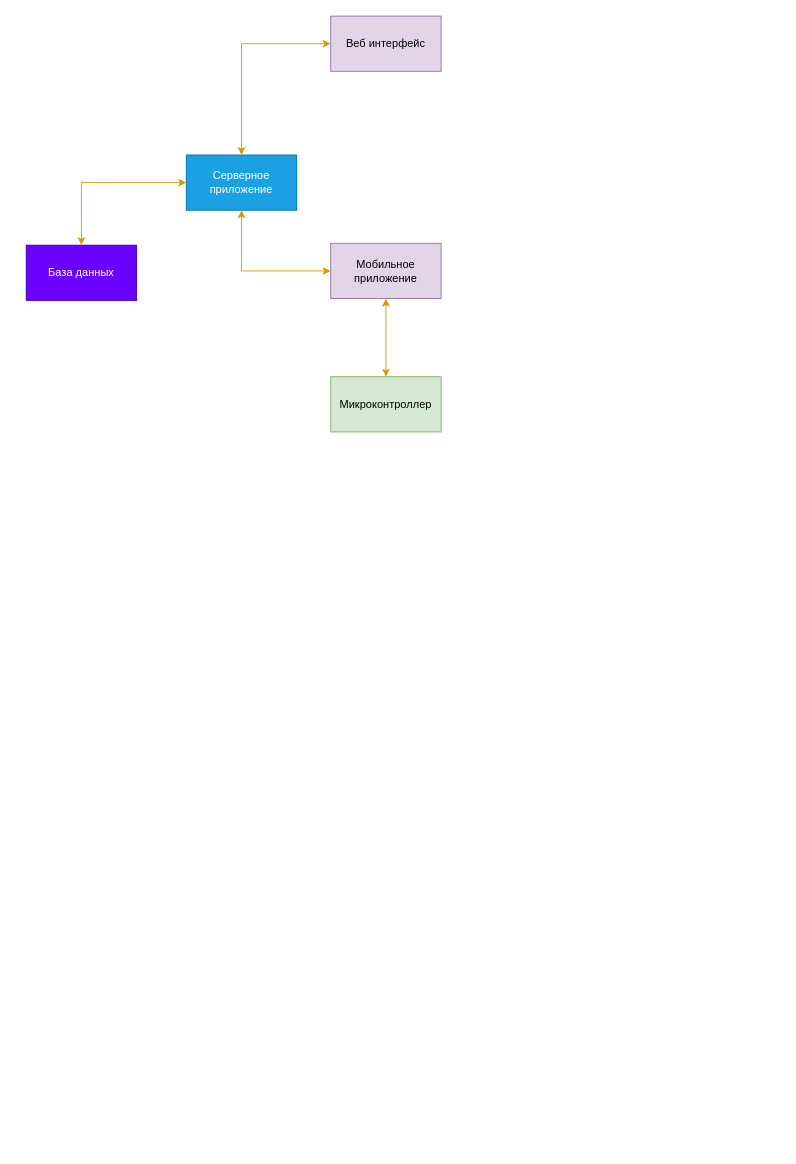
This is Структурная схема.drawio from XYphrodite/InertialNavigationSchemes, a draw.io file, before an edit. Source tidied: cells renumbered, new cells numbered last; positions are measured from the earlier drawing's top-left corner, leaving out a move shared by most shapes. Both pictures are drawn from the tidied source at 92%, with x=0, y=0 at pixel (26, 16).
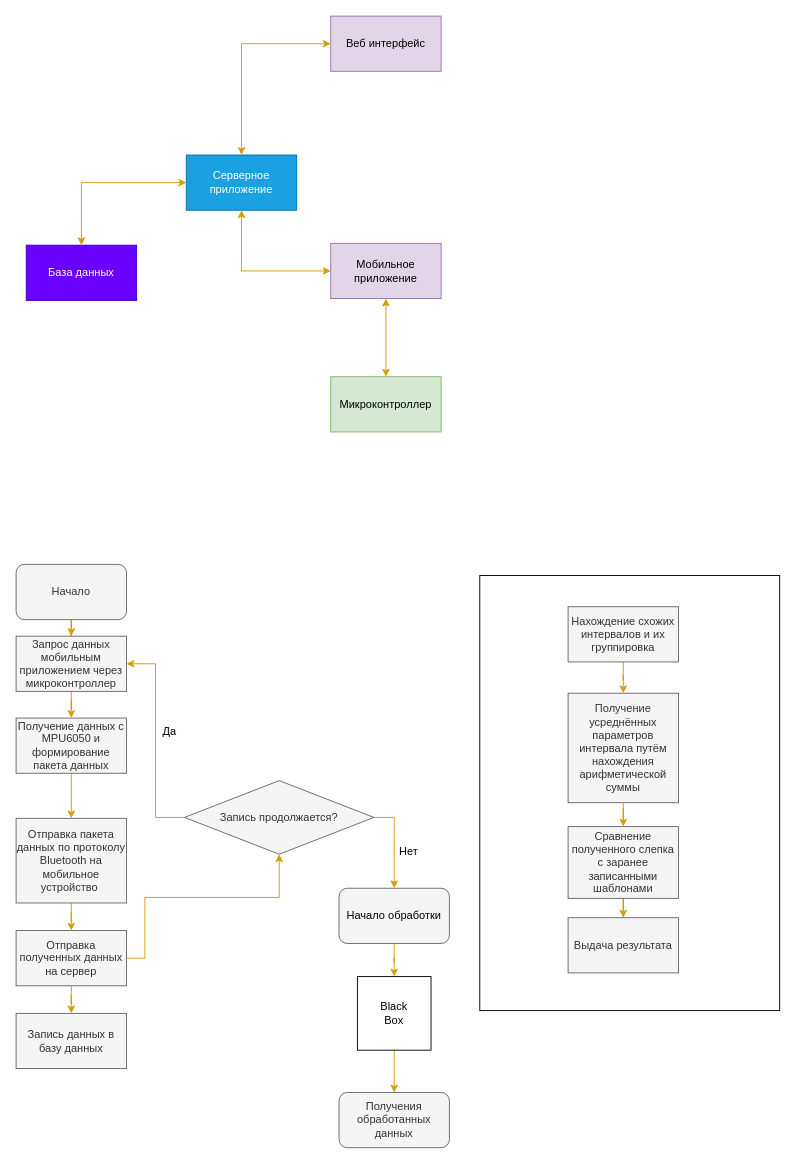
Above is the later version.

The edit, as a diff of the source:
```diff
@@
+    <mxCell id="11" style="edgeStyle=orthogonalEdgeStyle;rounded=0;jettySize=auto;html=1;entryX=0.5;entryY=0;entryDx=0;entryDy=0;fillColor=#ffe6cc;strokeColor=#d79b00;" parent="1" edge="1" source="12" target="22">
+      <mxGeometry relative="1" as="geometry" />
+    </mxCell>
+    <mxCell id="12" value="Начало" style="rounded=1;whiteSpace=wrap;html=1;fillColor=#f5f5f5;fontColor=#333333;strokeColor=#666666;" parent="1" vertex="1">
+      <mxGeometry x="-11" y="596" width="120" height="60" as="geometry" />
+    </mxCell>
+    <mxCell id="13" style="edgeStyle=orthogonalEdgeStyle;rounded=0;jettySize=auto;html=1;fillColor=#ffe6cc;strokeColor=#d79b00;" parent="1" edge="1" source="14" target="16">
+      <mxGeometry relative="1" as="geometry" />
+    </mxCell>
+    <mxCell id="14" value="Получение данных с MPU6050 и формирование пакета данных" style="rounded=0;whiteSpace=wrap;html=1;fillColor=#f5f5f5;fontColor=#333333;strokeColor=#666666;" parent="1" vertex="1">
+      <mxGeometry x="-11" y="763" width="120" height="60" as="geometry" />
+    </mxCell>
+    <mxCell id="15" style="edgeStyle=orthogonalEdgeStyle;rounded=0;jettySize=auto;html=1;entryX=0.5;entryY=0;entryDx=0;entryDy=0;fillColor=#ffe6cc;strokeColor=#d79b00;" parent="1" edge="1" source="16" target="19">
+      <mxGeometry relative="1" as="geometry" />
+    </mxCell>
+    <mxCell id="16" value="Отправка пакета данных по протоколу Bluetooth на мобильное устройство&amp;nbsp;" style="rounded=0;whiteSpace=wrap;html=1;fillColor=#f5f5f5;fontColor=#333333;strokeColor=#666666;" parent="1" vertex="1">
+      <mxGeometry x="-11" y="872" width="120" height="92" as="geometry" />
+    </mxCell>
+    <mxCell id="17" style="edgeStyle=orthogonalEdgeStyle;rounded=0;jettySize=auto;html=1;entryX=0.5;entryY=0;entryDx=0;entryDy=0;fillColor=#ffe6cc;strokeColor=#d79b00;" parent="1" edge="1" source="19" target="20">
+      <mxGeometry relative="1" as="geometry" />
+    </mxCell>
+    <mxCell id="18" style="edgeStyle=orthogonalEdgeStyle;rounded=0;jettySize=auto;html=1;entryX=0.5;entryY=1;entryDx=0;entryDy=0;fillColor=#ffe6cc;strokeColor=#d79b00;" parent="1" edge="1" source="19" target="25">
+      <mxGeometry relative="1" as="geometry">
+        <Array as="points">
+          <mxPoint x="129" y="1024" />
+          <mxPoint x="129" y="958" />
+          <mxPoint x="275" y="958" />
+        </Array>
+      </mxGeometry>
+    </mxCell>
+    <mxCell id="19" value="Отправка полученных данных на сервер" style="rounded=0;whiteSpace=wrap;html=1;fillColor=#f5f5f5;fontColor=#333333;strokeColor=#666666;" parent="1" vertex="1">
+      <mxGeometry x="-11" y="994" width="120" height="60" as="geometry" />
+    </mxCell>
+    <mxCell id="20" value="Запись данных в базу данных" style="rounded=0;whiteSpace=wrap;html=1;fillColor=#f5f5f5;fontColor=#333333;strokeColor=#666666;" parent="1" vertex="1">
+      <mxGeometry x="-11" y="1084" width="120" height="60" as="geometry" />
+    </mxCell>
+    <mxCell id="21" style="edgeStyle=orthogonalEdgeStyle;rounded=0;jettySize=auto;html=1;entryX=0.5;entryY=0;entryDx=0;entryDy=0;fillColor=#ffe6cc;strokeColor=#d79b00;" parent="1" edge="1" source="22" target="14">
+      <mxGeometry relative="1" as="geometry" />
+    </mxCell>
+    <mxCell id="22" value="Запрос данных мобильным приложением через микроконтроллер" style="rounded=0;whiteSpace=wrap;html=1;fillColor=#f5f5f5;fontColor=#333333;strokeColor=#666666;" parent="1" vertex="1">
+      <mxGeometry x="-11" y="674" width="120" height="60" as="geometry" />
+    </mxCell>
+    <mxCell id="23" style="edgeStyle=orthogonalEdgeStyle;rounded=0;jettySize=auto;html=1;entryX=1;entryY=0.5;entryDx=0;entryDy=0;fillColor=#ffe6cc;strokeColor=#d79b00;" parent="1" edge="1" source="25" target="22">
+      <mxGeometry relative="1" as="geometry" />
+    </mxCell>
+    <mxCell id="24" style="edgeStyle=orthogonalEdgeStyle;rounded=0;jettySize=auto;html=1;fillColor=#ffe6cc;strokeColor=#d79b00;entryX=0.5;entryY=0;entryDx=0;entryDy=0;" parent="1" edge="1" source="25" target="29">
+      <mxGeometry relative="1" as="geometry">
+        <Array as="points">
+          <mxPoint x="400" y="871" />
+        </Array>
+      </mxGeometry>
+    </mxCell>
+    <mxCell id="25" value="Запись продолжается?" style="rhombus;whiteSpace=wrap;html=1;fillColor=#f5f5f5;fontColor=#333333;strokeColor=#666666;" parent="1" vertex="1">
+      <mxGeometry x="172" y="831" width="206" height="80" as="geometry" />
+    </mxCell>
+    <mxCell id="26" value="&lt;font color=&quot;#000000&quot;&gt;Нет&lt;/font&gt;" style="text;html=1;strokeColor=none;fillColor=none;align=center;verticalAlign=middle;whiteSpace=wrap;rounded=0;" parent="1" vertex="1">
+      <mxGeometry x="386" y="893" width="60" height="30" as="geometry" />
+    </mxCell>
+    <mxCell id="27" value="&lt;font color=&quot;#000000&quot;&gt;Да&lt;/font&gt;" style="text;html=1;strokeColor=none;fillColor=none;align=center;verticalAlign=middle;whiteSpace=wrap;rounded=0;" parent="1" vertex="1">
+      <mxGeometry x="126" y="763" width="60" height="30" as="geometry" />
+    </mxCell>
+    <mxCell id="28" style="edgeStyle=orthogonalEdgeStyle;rounded=0;jettySize=auto;html=1;fillColor=#ffe6cc;strokeColor=#d79b00;" parent="1" edge="1" source="29" target="31">
+      <mxGeometry relative="1" as="geometry" />
+    </mxCell>
+    <mxCell id="29" value="&lt;font color=&quot;#000000&quot;&gt;Начало обработки&lt;/font&gt;" style="rounded=1;whiteSpace=wrap;html=1;fillColor=#f5f5f5;fontColor=#333333;strokeColor=#666666;" parent="1" vertex="1">
+      <mxGeometry x="340" y="948" width="120" height="60" as="geometry" />
+    </mxCell>
+    <mxCell id="30" style="edgeStyle=orthogonalEdgeStyle;rounded=0;jettySize=auto;html=1;fillColor=#ffe6cc;strokeColor=#d79b00;entryX=0.5;entryY=0;entryDx=0;entryDy=0;" parent="1" edge="1" source="31" target="32">
+      <mxGeometry relative="1" as="geometry" />
+    </mxCell>
+    <mxCell id="31" value="Black&lt;br&gt;Box" style="whiteSpace=wrap;html=1;" parent="1" vertex="1">
+      <mxGeometry x="360" y="1044" width="80" height="80" as="geometry" />
+    </mxCell>
+    <mxCell id="32" value="Получения обработанных данных" style="rounded=1;whiteSpace=wrap;html=1;fillColor=#f5f5f5;fontColor=#333333;strokeColor=#666666;" parent="1" vertex="1">
+      <mxGeometry x="340" y="1170" width="120" height="60" as="geometry" />
+    </mxCell>
+    <mxCell id="33" style="rounded=0;whiteSpace=wrap;html=1;" parent="1" vertex="1">
+      <mxGeometry x="493" y="608" width="326" height="473" as="geometry" />
+    </mxCell>
+    <mxCell id="34" style="edgeStyle=orthogonalEdgeStyle;rounded=0;jettySize=auto;html=1;entryX=0.5;entryY=0;entryDx=0;entryDy=0;fillColor=#ffe6cc;strokeColor=#d79b00;" parent="1" edge="1" source="35" target="37">
+      <mxGeometry relative="1" as="geometry" />
+    </mxCell>
+    <mxCell id="35" value="Нахождение схожих интервалов и их группировка" style="rounded=0;whiteSpace=wrap;html=1;fillColor=#f5f5f5;fontColor=#333333;strokeColor=#666666;" parent="1" vertex="1">
+      <mxGeometry x="589" y="642" width="120" height="60" as="geometry" />
+    </mxCell>
+    <mxCell id="36" style="edgeStyle=orthogonalEdgeStyle;rounded=0;jettySize=auto;html=1;entryX=0.5;entryY=0;entryDx=0;entryDy=0;fillColor=#ffe6cc;strokeColor=#d79b00;" parent="1" edge="1" source="37" target="39">
+      <mxGeometry relative="1" as="geometry" />
+    </mxCell>
+    <mxCell id="37" value="Получение усреднённых параметров интервала путём нахождения арифметической суммы" style="rounded=0;whiteSpace=wrap;html=1;fillColor=#f5f5f5;fontColor=#333333;strokeColor=#666666;" parent="1" vertex="1">
+      <mxGeometry x="589" y="736" width="120" height="119" as="geometry" />
+    </mxCell>
+    <mxCell id="38" style="edgeStyle=orthogonalEdgeStyle;rounded=0;jettySize=auto;html=1;entryX=0.5;entryY=0;entryDx=0;entryDy=0;fillColor=#ffe6cc;strokeColor=#d79b00;" parent="1" edge="1" source="39" target="40">
+      <mxGeometry relative="1" as="geometry" />
+    </mxCell>
+    <mxCell id="39" value="Сравнение полученного слепка с заранее записанными шаблонами" style="rounded=0;whiteSpace=wrap;html=1;fillColor=#f5f5f5;fontColor=#333333;strokeColor=#666666;" parent="1" vertex="1">
+      <mxGeometry x="589" y="881" width="120" height="78" as="geometry" />
+    </mxCell>
+    <mxCell id="40" value="Выдача результата" style="rounded=0;whiteSpace=wrap;html=1;fillColor=#f5f5f5;fontColor=#333333;strokeColor=#666666;" parent="1" vertex="1">
+      <mxGeometry x="589" y="980" width="120" height="60" as="geometry" />
+    </mxCell>
```
